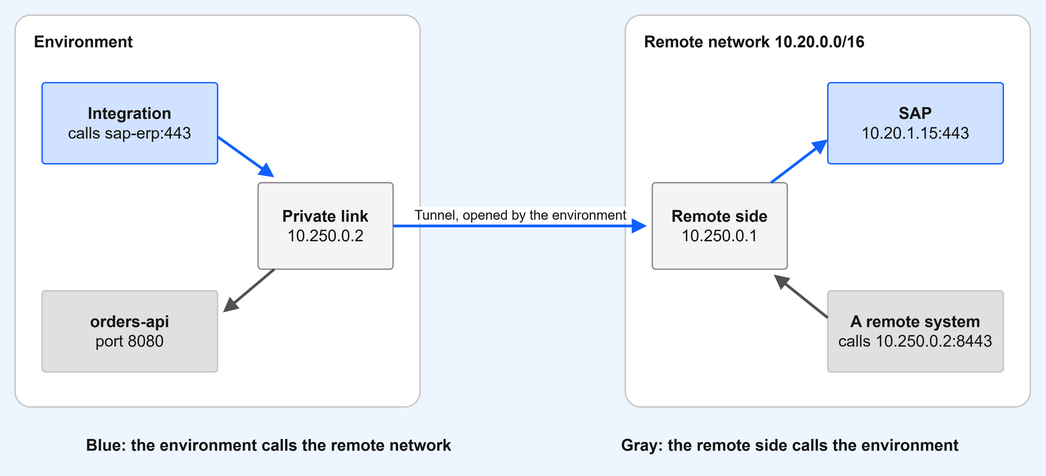
This is static/img/infra/private-link.drawio.png from cml-x/docs, a draw.io export, as it was before one commit. Source tidied: cells renumbered, new cells last; positions are measured from the earlier drawing's top-left corner, leaving out a move shared by most shapes. Source of this version:
```xml
<mxGraphModel background="#EDF5FF">
  <root>
    <mxCell id="0" />
    <mxCell id="1" parent="0" />
    <mxCell id="2" value="Environment" style="rounded=1;arcSize=4;whiteSpace=wrap;html=1;fillColor=#FFFFFF;strokeColor=#C6C6C6;fontColor=#161616;fontSize=12;verticalAlign=top;align=left;spacingLeft=12;spacingTop=6;fontStyle=1;" parent="1" vertex="1">
      <mxGeometry width="300" height="290" as="geometry" />
    </mxCell>
    <mxCell id="3" value="&lt;b&gt;Integration&lt;/b&gt;&lt;br&gt;calls sap-erp:443" style="rounded=1;arcSize=4;whiteSpace=wrap;html=1;fillColor=#D0E2FF;strokeColor=#0F62FE;fontColor=#161616;fontSize=12;" parent="1" vertex="1">
      <mxGeometry x="20" y="50" width="130" height="60" as="geometry" />
    </mxCell>
    <mxCell id="4" value="&lt;b&gt;orders-api&lt;/b&gt;&lt;br&gt;port 8080" style="rounded=1;arcSize=4;whiteSpace=wrap;html=1;fillColor=#E0E0E0;strokeColor=#C6C6C6;fontColor=#161616;fontSize=12;" parent="1" vertex="1">
      <mxGeometry x="20" y="204" width="130" height="60" as="geometry" />
    </mxCell>
    <mxCell id="5" value="&lt;b&gt;Private link&lt;/b&gt;&lt;br&gt;10.250.0.2" style="rounded=1;arcSize=4;whiteSpace=wrap;html=1;fillColor=#F4F4F4;strokeColor=#8D8D8D;fontColor=#161616;fontSize=12;" parent="1" vertex="1">
      <mxGeometry x="180" y="124" width="100" height="64" as="geometry" />
    </mxCell>
    <mxCell id="6" value="Remote network 10.20.0.0/16" style="rounded=1;arcSize=4;whiteSpace=wrap;html=1;fillColor=#FFFFFF;strokeColor=#C6C6C6;fontColor=#161616;fontSize=12;verticalAlign=top;align=left;spacingLeft=12;spacingTop=6;fontStyle=1;" parent="1" vertex="1">
      <mxGeometry x="452" width="300" height="290" as="geometry" />
    </mxCell>
    <mxCell id="7" value="&lt;b&gt;Remote side&lt;/b&gt;&lt;br&gt;10.250.0.1" style="rounded=1;arcSize=4;whiteSpace=wrap;html=1;fillColor=#F4F4F4;strokeColor=#8D8D8D;fontColor=#161616;fontSize=12;" parent="1" vertex="1">
      <mxGeometry x="472" y="124" width="100" height="64" as="geometry" />
    </mxCell>
    <mxCell id="8" value="&lt;b&gt;SAP&lt;/b&gt;&lt;br&gt;10.20.1.15:443" style="rounded=1;arcSize=4;whiteSpace=wrap;html=1;fillColor=#D0E2FF;strokeColor=#0F62FE;fontColor=#161616;fontSize=12;" parent="1" vertex="1">
      <mxGeometry x="602" y="50" width="130" height="60" as="geometry" />
    </mxCell>
    <mxCell id="9" value="&lt;b&gt;A remote system&lt;/b&gt;&lt;br&gt;calls 10.250.0.2:8443" style="rounded=1;arcSize=4;whiteSpace=wrap;html=1;fillColor=#E0E0E0;strokeColor=#C6C6C6;fontColor=#161616;fontSize=12;" parent="1" vertex="1">
      <mxGeometry x="602" y="204" width="130" height="60" as="geometry" />
    </mxCell>
    <mxCell id="10" value="&lt;b&gt;Blue: the environment calls the remote network&lt;/b&gt;" style="rounded=1;arcSize=4;whiteSpace=wrap;html=1;fillColor=none;strokeColor=none;fontColor=#161616;fontSize=12;" parent="1" vertex="1">
      <mxGeometry y="306" width="376" height="24" as="geometry" />
    </mxCell>
    <mxCell id="11" value="&lt;b&gt;Gray: the remote side calls the environment&lt;/b&gt;" style="rounded=1;arcSize=4;whiteSpace=wrap;html=1;fillColor=none;strokeColor=none;fontColor=#161616;fontSize=12;" parent="1" vertex="1">
      <mxGeometry x="396" y="306" width="356" height="24" as="geometry" />
    </mxCell>
    <mxCell id="12" value="Tunnel, opened by the environment" style="endArrow=block;html=1;strokeWidth=2;strokeColor=#0F62FE;fontSize=10;fontColor=#161616;verticalAlign=bottom;" parent="1" edge="1">
      <mxGeometry relative="1" as="geometry">
        <mxPoint x="280" y="156" as="sourcePoint" />
        <mxPoint x="468" y="156" as="targetPoint" />
      </mxGeometry>
    </mxCell>
    <mxCell id="13" style="endArrow=block;html=1;strokeWidth=2;strokeColor=#0F62FE;fontSize=10;fontColor=#161616;verticalAlign=bottom;" parent="1" edge="1">
      <mxGeometry relative="1" as="geometry">
        <mxPoint x="150" y="90" as="sourcePoint" />
        <mxPoint x="192" y="120" as="targetPoint" />
      </mxGeometry>
    </mxCell>
    <mxCell id="14" style="endArrow=block;html=1;strokeWidth=2;strokeColor=#0F62FE;fontSize=10;fontColor=#161616;verticalAlign=bottom;" parent="1" edge="1">
      <mxGeometry relative="1" as="geometry">
        <mxPoint x="560" y="124" as="sourcePoint" />
        <mxPoint x="602" y="92" as="targetPoint" />
      </mxGeometry>
    </mxCell>
    <mxCell id="15" style="endArrow=block;html=1;strokeWidth=2;strokeColor=#525252;fontSize=10;fontColor=#161616;verticalAlign=bottom;" parent="1" edge="1">
      <mxGeometry relative="1" as="geometry">
        <mxPoint x="602" y="224" as="sourcePoint" />
        <mxPoint x="562" y="192" as="targetPoint" />
      </mxGeometry>
    </mxCell>
    <mxCell id="16" style="endArrow=block;html=1;strokeWidth=2;strokeColor=#525252;fontSize=10;fontColor=#161616;verticalAlign=bottom;" parent="1" edge="1">
      <mxGeometry relative="1" as="geometry">
        <mxPoint x="192" y="188" as="sourcePoint" />
        <mxPoint x="154" y="220" as="targetPoint" />
      </mxGeometry>
    </mxCell>
  </root>
</mxGraphModel>
```
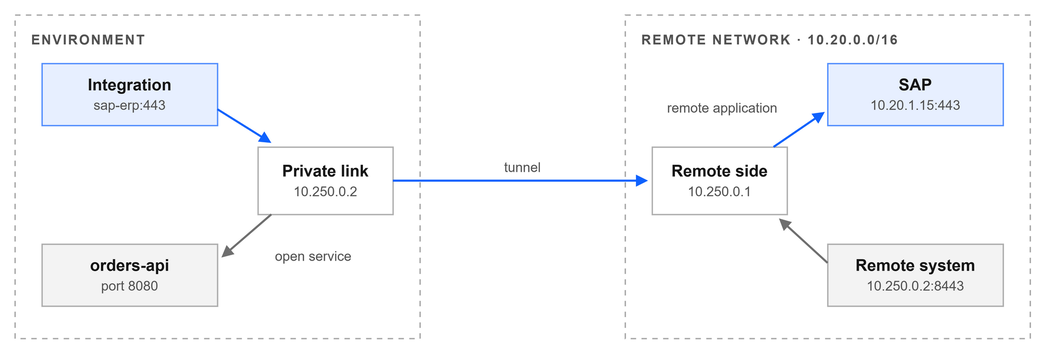
The same diagram one commit later.

Change to the diagram source:
```diff
@@ -1,65 +1,68 @@
-<mxGraphModel background="#EDF5FF">
+<mxGraphModel background="#FFFFFF">
   <root>
     <mxCell id="0" />
     <mxCell id="1" parent="0" />
-    <mxCell id="2" value="Environment" style="rounded=1;arcSize=4;whiteSpace=wrap;html=1;fillColor=#FFFFFF;strokeColor=#C6C6C6;fontColor=#161616;fontSize=12;verticalAlign=top;align=left;spacingLeft=12;spacingTop=6;fontStyle=1;" parent="1" vertex="1">
-      <mxGeometry width="300" height="290" as="geometry" />
+    <mxCell id="2" value="&lt;span style=&quot;font-size:10px;color:#525252;letter-spacing:1px&quot;&gt;&lt;b&gt;ENVIRONMENT&lt;/b&gt;&lt;/span&gt;" style="rounded=0;whiteSpace=wrap;html=1;strokeWidth=1;fontColor=#161616;fontSize=12;fillColor=none;strokeColor=#A8A8A8;dashed=1;dashPattern=4 4;verticalAlign=top;align=left;spacingLeft=10;spacingTop=4;" parent="1" vertex="1">
+      <mxGeometry width="300" height="240" as="geometry" />
     </mxCell>
-    <mxCell id="3" value="&lt;b&gt;Integration&lt;/b&gt;&lt;br&gt;calls sap-erp:443" style="rounded=1;arcSize=4;whiteSpace=wrap;html=1;fillColor=#D0E2FF;strokeColor=#0F62FE;fontColor=#161616;fontSize=12;" parent="1" vertex="1">
-      <mxGeometry x="20" y="50" width="130" height="60" as="geometry" />
+    <mxCell id="3" value="&lt;b&gt;Integration&lt;/b&gt;&lt;br&gt;&lt;span style=&quot;font-size:10px;color:#525252&quot;&gt;sap-erp:443&lt;/span&gt;" style="rounded=0;whiteSpace=wrap;html=1;strokeWidth=1;fontColor=#161616;fontSize=12;fillColor=#0F62FE;fillOpacity=10;strokeColor=#0F62FE;strokeOpacity=70;" parent="1" vertex="1">
+      <mxGeometry x="20" y="36" width="130" height="46" as="geometry" />
     </mxCell>
-    <mxCell id="4" value="&lt;b&gt;orders-api&lt;/b&gt;&lt;br&gt;port 8080" style="rounded=1;arcSize=4;whiteSpace=wrap;html=1;fillColor=#E0E0E0;strokeColor=#C6C6C6;fontColor=#161616;fontSize=12;" parent="1" vertex="1">
-      <mxGeometry x="20" y="204" width="130" height="60" as="geometry" />
+    <mxCell id="4" value="&lt;b&gt;orders-api&lt;/b&gt;&lt;br&gt;&lt;span style=&quot;font-size:10px;color:#525252&quot;&gt;port 8080&lt;/span&gt;" style="rounded=0;whiteSpace=wrap;html=1;strokeWidth=1;fontColor=#161616;fontSize=12;fillColor=#161616;fillOpacity=5;strokeColor=#8D8D8D;strokeOpacity=70;" parent="1" vertex="1">
+      <mxGeometry x="20" y="170" width="130" height="46" as="geometry" />
     </mxCell>
-    <mxCell id="5" value="&lt;b&gt;Private link&lt;/b&gt;&lt;br&gt;10.250.0.2" style="rounded=1;arcSize=4;whiteSpace=wrap;html=1;fillColor=#F4F4F4;strokeColor=#8D8D8D;fontColor=#161616;fontSize=12;" parent="1" vertex="1">
-      <mxGeometry x="180" y="124" width="100" height="64" as="geometry" />
+    <mxCell id="5" value="&lt;b&gt;Private link&lt;/b&gt;&lt;br&gt;&lt;span style=&quot;font-size:10px;color:#525252&quot;&gt;10.250.0.2&lt;/span&gt;" style="rounded=0;whiteSpace=wrap;html=1;strokeWidth=1;fontColor=#161616;fontSize=12;fillColor=none;strokeColor=#8D8D8D;strokeOpacity=70;" parent="1" vertex="1">
+      <mxGeometry x="180" y="98" width="100" height="50" as="geometry" />
     </mxCell>
-    <mxCell id="6" value="Remote network 10.20.0.0/16" style="rounded=1;arcSize=4;whiteSpace=wrap;html=1;fillColor=#FFFFFF;strokeColor=#C6C6C6;fontColor=#161616;fontSize=12;verticalAlign=top;align=left;spacingLeft=12;spacingTop=6;fontStyle=1;" parent="1" vertex="1">
-      <mxGeometry x="452" width="300" height="290" as="geometry" />
+    <mxCell id="6" value="&lt;span style=&quot;font-size:10px;color:#525252;letter-spacing:1px&quot;&gt;&lt;b&gt;REMOTE NETWORK · 10.20.0.0/16&lt;/b&gt;&lt;/span&gt;" style="rounded=0;whiteSpace=wrap;html=1;strokeWidth=1;fontColor=#161616;fontSize=12;fillColor=none;strokeColor=#A8A8A8;dashed=1;dashPattern=4 4;verticalAlign=top;align=left;spacingLeft=10;spacingTop=4;" parent="1" vertex="1">
+      <mxGeometry x="452" width="300" height="240" as="geometry" />
     </mxCell>
-    <mxCell id="7" value="&lt;b&gt;Remote side&lt;/b&gt;&lt;br&gt;10.250.0.1" style="rounded=1;arcSize=4;whiteSpace=wrap;html=1;fillColor=#F4F4F4;strokeColor=#8D8D8D;fontColor=#161616;fontSize=12;" parent="1" vertex="1">
-      <mxGeometry x="472" y="124" width="100" height="64" as="geometry" />
+    <mxCell id="7" value="&lt;b&gt;Remote side&lt;/b&gt;&lt;br&gt;&lt;span style=&quot;font-size:10px;color:#525252&quot;&gt;10.250.0.1&lt;/span&gt;" style="rounded=0;whiteSpace=wrap;html=1;strokeWidth=1;fontColor=#161616;fontSize=12;fillColor=none;strokeColor=#8D8D8D;strokeOpacity=70;" parent="1" vertex="1">
+      <mxGeometry x="472" y="98" width="100" height="50" as="geometry" />
     </mxCell>
-    <mxCell id="8" value="&lt;b&gt;SAP&lt;/b&gt;&lt;br&gt;10.20.1.15:443" style="rounded=1;arcSize=4;whiteSpace=wrap;html=1;fillColor=#D0E2FF;strokeColor=#0F62FE;fontColor=#161616;fontSize=12;" parent="1" vertex="1">
-      <mxGeometry x="602" y="50" width="130" height="60" as="geometry" />
+    <mxCell id="8" value="&lt;b&gt;SAP&lt;/b&gt;&lt;br&gt;&lt;span style=&quot;font-size:10px;color:#525252&quot;&gt;10.20.1.15:443&lt;/span&gt;" style="rounded=0;whiteSpace=wrap;html=1;strokeWidth=1;fontColor=#161616;fontSize=12;fillColor=#0F62FE;fillOpacity=10;strokeColor=#0F62FE;strokeOpacity=70;" parent="1" vertex="1">
+      <mxGeometry x="602" y="36" width="130" height="46" as="geometry" />
     </mxCell>
-    <mxCell id="9" value="&lt;b&gt;A remote system&lt;/b&gt;&lt;br&gt;calls 10.250.0.2:8443" style="rounded=1;arcSize=4;whiteSpace=wrap;html=1;fillColor=#E0E0E0;strokeColor=#C6C6C6;fontColor=#161616;fontSize=12;" parent="1" vertex="1">
-      <mxGeometry x="602" y="204" width="130" height="60" as="geometry" />
+    <mxCell id="9" value="&lt;b&gt;Remote system&lt;/b&gt;&lt;br&gt;&lt;span style=&quot;font-size:10px;color:#525252&quot;&gt;10.250.0.2:8443&lt;/span&gt;" style="rounded=0;whiteSpace=wrap;html=1;strokeWidth=1;fontColor=#161616;fontSize=12;fillColor=#161616;fillOpacity=5;strokeColor=#8D8D8D;strokeOpacity=70;" parent="1" vertex="1">
+      <mxGeometry x="602" y="170" width="130" height="46" as="geometry" />
     </mxCell>
-    <mxCell id="10" value="&lt;b&gt;Blue: the environment calls the remote network&lt;/b&gt;" style="rounded=1;arcSize=4;whiteSpace=wrap;html=1;fillColor=none;strokeColor=none;fontColor=#161616;fontSize=12;" parent="1" vertex="1">
-      <mxGeometry y="306" width="376" height="24" as="geometry" />
+    <mxCell id="10" value="&lt;span style=&quot;font-size:10px;color:#525252&quot;&gt;tunnel&lt;/span&gt;" style="rounded=0;whiteSpace=wrap;html=1;strokeWidth=1;fontColor=#161616;fontSize=12;fillColor=none;strokeColor=none;" parent="1" vertex="1">
+      <mxGeometry x="326" y="104" width="100" height="16" as="geometry" />
     </mxCell>
-    <mxCell id="11" value="&lt;b&gt;Gray: the remote side calls the environment&lt;/b&gt;" style="rounded=1;arcSize=4;whiteSpace=wrap;html=1;fillColor=none;strokeColor=none;fontColor=#161616;fontSize=12;" parent="1" vertex="1">
-      <mxGeometry x="396" y="306" width="356" height="24" as="geometry" />
+    <mxCell id="11" value="&lt;span style=&quot;font-size:10px;color:#525252&quot;&gt;remote application&lt;/span&gt;" style="rounded=0;whiteSpace=wrap;html=1;strokeWidth=1;fontColor=#161616;fontSize=12;fillColor=none;strokeColor=none;" parent="1" vertex="1">
+      <mxGeometry x="472" y="60" width="104" height="16" as="geometry" />
     </mxCell>
+    <mxCell id="17" value="&lt;span style=&quot;font-size:10px;color:#525252&quot;&gt;open service&lt;/span&gt;" style="rounded=0;whiteSpace=wrap;html=1;strokeWidth=1;fontColor=#161616;fontSize=12;fillColor=none;strokeColor=none;" parent="1" vertex="1">
+      <mxGeometry x="176" y="170" width="90" height="16" as="geometry" />
+    </mxCell>
-    <mxCell id="12" value="Tunnel, opened by the environment" style="endArrow=block;html=1;strokeWidth=2;strokeColor=#0F62FE;fontSize=10;fontColor=#161616;verticalAlign=bottom;" parent="1" edge="1">
+    <mxCell id="12" style="endArrow=block;endSize=5;html=1;strokeWidth=1.5;strokeColor=#0F62FE;" parent="1" edge="1">
       <mxGeometry relative="1" as="geometry">
-        <mxPoint x="280" y="156" as="sourcePoint" />
-        <mxPoint x="468" y="156" as="targetPoint" />
+        <mxPoint x="280" y="123" as="sourcePoint" />
+        <mxPoint x="469" y="123" as="targetPoint" />
       </mxGeometry>
     </mxCell>
-    <mxCell id="13" style="endArrow=block;html=1;strokeWidth=2;strokeColor=#0F62FE;fontSize=10;fontColor=#161616;verticalAlign=bottom;" parent="1" edge="1">
+    <mxCell id="13" style="endArrow=block;endSize=5;html=1;strokeWidth=1.5;strokeColor=#0F62FE;" parent="1" edge="1">
       <mxGeometry relative="1" as="geometry">
-        <mxPoint x="150" y="90" as="sourcePoint" />
-        <mxPoint x="192" y="120" as="targetPoint" />
+        <mxPoint x="150" y="70" as="sourcePoint" />
+        <mxPoint x="190" y="95" as="targetPoint" />
       </mxGeometry>
     </mxCell>
-    <mxCell id="14" style="endArrow=block;html=1;strokeWidth=2;strokeColor=#0F62FE;fontSize=10;fontColor=#161616;verticalAlign=bottom;" parent="1" edge="1">
+    <mxCell id="14" style="endArrow=block;endSize=5;html=1;strokeWidth=1.5;strokeColor=#0F62FE;" parent="1" edge="1">
       <mxGeometry relative="1" as="geometry">
-        <mxPoint x="560" y="124" as="sourcePoint" />
-        <mxPoint x="602" y="92" as="targetPoint" />
+        <mxPoint x="562" y="98" as="sourcePoint" />
+        <mxPoint x="600" y="72" as="targetPoint" />
       </mxGeometry>
     </mxCell>
-    <mxCell id="15" style="endArrow=block;html=1;strokeWidth=2;strokeColor=#525252;fontSize=10;fontColor=#161616;verticalAlign=bottom;" parent="1" edge="1">
+    <mxCell id="15" style="endArrow=block;endSize=5;html=1;strokeWidth=1.5;strokeColor=#6F6F6F;" parent="1" edge="1">
       <mxGeometry relative="1" as="geometry">
-        <mxPoint x="602" y="224" as="sourcePoint" />
-        <mxPoint x="562" y="192" as="targetPoint" />
+        <mxPoint x="602" y="184" as="sourcePoint" />
+        <mxPoint x="566" y="151" as="targetPoint" />
       </mxGeometry>
     </mxCell>
-    <mxCell id="16" style="endArrow=block;html=1;strokeWidth=2;strokeColor=#525252;fontSize=10;fontColor=#161616;verticalAlign=bottom;" parent="1" edge="1">
+    <mxCell id="16" style="endArrow=block;endSize=5;html=1;strokeWidth=1.5;strokeColor=#6F6F6F;" parent="1" edge="1">
       <mxGeometry relative="1" as="geometry">
-        <mxPoint x="192" y="188" as="sourcePoint" />
-        <mxPoint x="154" y="220" as="targetPoint" />
+        <mxPoint x="190" y="148" as="sourcePoint" />
+        <mxPoint x="153" y="180" as="targetPoint" />
       </mxGeometry>
     </mxCell>
   </root>
```
